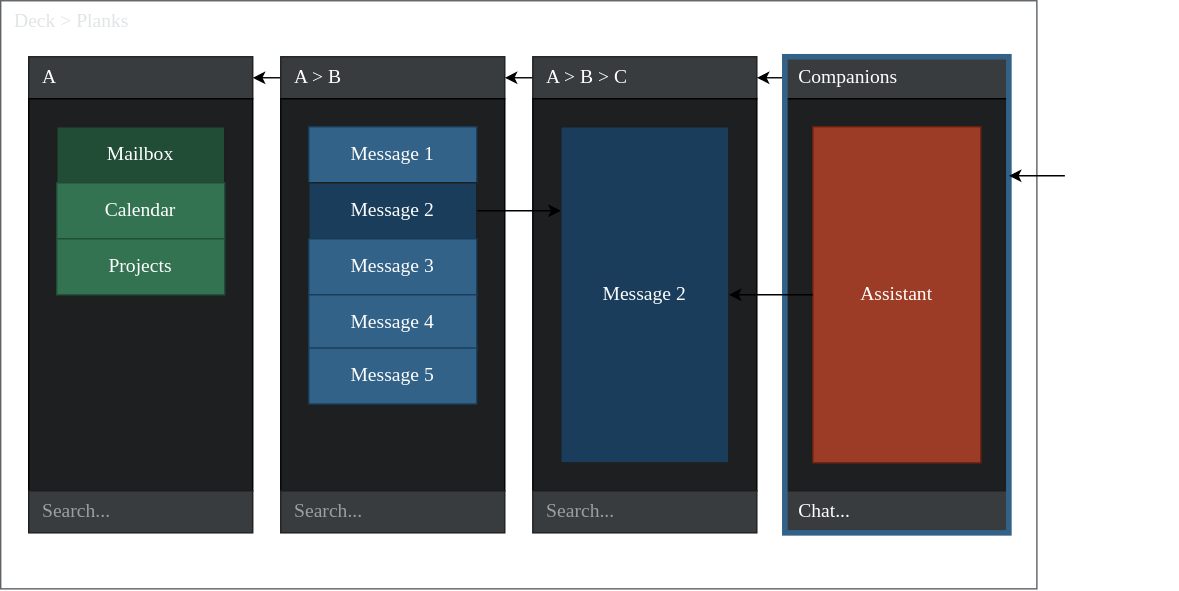
This is packages/plugins/plugin-deck/docs/deck.drawio.svg from dxos/dxos, a draw.io export, as it was before one commit. Source tidied: cells renumbered, new cells last; positions are measured from the earlier drawing's top-left corner, leaving out a move shared by most shapes. Its diagram source:
```xml
<mxGraphModel>
  <root>
    <mxCell id="0" />
    <mxCell id="1" parent="0" />
    <mxCell id="2" value="Deck &amp;gt; Planks" style="rounded=0;whiteSpace=wrap;html=1;fontFamily=Space Grotesk;fontSize=14;fontColor=#E1E4E6;strokeColor=#5D6266;spacingLeft=8;align=left;verticalAlign=top;" parent="1" vertex="1">
      <mxGeometry width="740" height="420" as="geometry" />
    </mxCell>
    <mxCell id="3" value="A" style="rounded=0;whiteSpace=wrap;html=1;align=left;verticalAlign=top;spacingLeft=8;fontFamily=Space Grotesk;fillColor=#393C3E;fontColor=#FFFFFF;strokeColor=#1E1F20;fontSize=14;" parent="1" vertex="1">
      <mxGeometry x="20" y="40" width="160" height="30" as="geometry" />
    </mxCell>
    <mxCell id="4" style="edgeStyle=none;html=1;exitX=0;exitY=0.5;exitDx=0;exitDy=0;entryX=1;entryY=0.5;entryDx=0;entryDy=0;fontFamily=Space Grotesk;fontSize=14;" parent="1" edge="1" source="5" target="3">
      <mxGeometry relative="1" as="geometry" />
    </mxCell>
    <mxCell id="5" value="A &amp;gt; B" style="rounded=0;whiteSpace=wrap;html=1;align=left;verticalAlign=top;spacingLeft=8;fontFamily=Space Grotesk;fillColor=#393C3E;fontColor=#FFFFFF;strokeColor=#1E1F20;fontSize=14;" parent="1" vertex="1">
      <mxGeometry x="200" y="40" width="160" height="30" as="geometry" />
    </mxCell>
    <mxCell id="6" style="edgeStyle=none;html=1;exitX=0;exitY=0.5;exitDx=0;exitDy=0;fontFamily=Space Grotesk;fontSize=14;" parent="1" edge="1" source="7" target="5">
      <mxGeometry relative="1" as="geometry" />
    </mxCell>
    <mxCell id="7" value="A &amp;gt; B &amp;gt; C" style="rounded=0;whiteSpace=wrap;html=1;align=left;verticalAlign=top;spacingLeft=8;fontFamily=Space Grotesk;fillColor=#393C3E;fontColor=#FFFFFF;strokeColor=#1E1F20;fontSize=14;" parent="1" vertex="1">
      <mxGeometry x="380" y="40" width="160" height="30" as="geometry" />
    </mxCell>
    <mxCell id="8" style="edgeStyle=none;html=1;exitX=0;exitY=0.5;exitDx=0;exitDy=0;entryX=1;entryY=0.5;entryDx=0;entryDy=0;fontFamily=Space Grotesk;fontSize=14;" parent="1" edge="1" source="9" target="7">
      <mxGeometry relative="1" as="geometry" />
    </mxCell>
    <mxCell id="9" value="Companions" style="rounded=0;whiteSpace=wrap;html=1;align=left;verticalAlign=top;spacingLeft=8;fontFamily=Space Grotesk;fillColor=#393C3E;fontColor=#FFFFFF;strokeColor=#1E1F20;fontSize=14;" parent="1" vertex="1">
      <mxGeometry x="560" y="40" width="160" height="30" as="geometry" />
    </mxCell>
    <mxCell id="10" style="rounded=0;whiteSpace=wrap;html=1;align=left;verticalAlign=top;spacingLeft=8;fontFamily=Space Grotesk;fillColor=#1E1F20;fontColor=#FFFFFF;strokeColor=#000000;fontSize=14;" parent="1" vertex="1">
      <mxGeometry x="20" y="70" width="160" height="280" as="geometry" />
    </mxCell>
    <mxCell id="11" style="rounded=0;whiteSpace=wrap;html=1;align=left;verticalAlign=top;spacingLeft=8;fontFamily=Space Grotesk;fillColor=#1E1F20;fontColor=#FFFFFF;strokeColor=#000000;fontSize=14;" parent="1" vertex="1">
      <mxGeometry x="200" y="70" width="160" height="280" as="geometry" />
    </mxCell>
    <mxCell id="12" style="rounded=0;whiteSpace=wrap;html=1;align=left;verticalAlign=top;spacingLeft=8;fontFamily=Space Grotesk;fillColor=#1E1F20;fontColor=#FFFFFF;strokeColor=#000000;fontSize=14;" parent="1" vertex="1">
      <mxGeometry x="380" y="70" width="160" height="280" as="geometry" />
    </mxCell>
    <mxCell id="13" style="rounded=0;whiteSpace=wrap;html=1;align=left;verticalAlign=top;spacingLeft=8;fontFamily=Space Grotesk;fillColor=#1E1F20;fontColor=#FFFFFF;strokeColor=#000000;fontSize=14;" parent="1" vertex="1">
      <mxGeometry x="560" y="70" width="160" height="280" as="geometry" />
    </mxCell>
    <mxCell id="14" value="Mailbox" style="rounded=0;whiteSpace=wrap;html=1;fontFamily=Space Grotesk;fillColor=#214D37;fontColor=#FFFFFF;strokeColor=#1E1F20;fontSize=14;" parent="1" vertex="1">
      <mxGeometry x="40" y="90" width="120" height="40" as="geometry" />
    </mxCell>
    <mxCell id="15" value="Calendar" style="rounded=0;whiteSpace=wrap;html=1;fontFamily=Space Grotesk;fillColor=#337352;fontColor=#FFFFFF;strokeColor=#214D37;fontSize=14;" parent="1" vertex="1">
      <mxGeometry x="40" y="130" width="120" height="40" as="geometry" />
    </mxCell>
    <mxCell id="16" value="Projects" style="rounded=0;whiteSpace=wrap;html=1;fontFamily=Space Grotesk;fillColor=#337352;fontColor=#FFFFFF;strokeColor=#214D37;fontSize=14;" parent="1" vertex="1">
      <mxGeometry x="40" y="170" width="120" height="40" as="geometry" />
    </mxCell>
    <mxCell id="17" value="Message 1" style="rounded=0;whiteSpace=wrap;html=1;fontFamily=Space Grotesk;fillColor=#326288;fontColor=#FFFFFF;strokeColor=#193D5A;fontSize=14;" parent="1" vertex="1">
      <mxGeometry x="220" y="90" width="120" height="40" as="geometry" />
    </mxCell>
    <mxCell id="18" style="edgeStyle=none;html=1;exitX=1;exitY=0.5;exitDx=0;exitDy=0;entryX=0;entryY=0.25;entryDx=0;entryDy=0;fontFamily=Space Grotesk;fontSize=14;" parent="1" edge="1" source="19" target="20">
      <mxGeometry relative="1" as="geometry" />
    </mxCell>
    <mxCell id="19" value="Message 2" style="rounded=0;whiteSpace=wrap;html=1;fontFamily=Space Grotesk;fillColor=#193D5A;fontColor=#FFFFFF;strokeColor=#1E1F20;fontSize=14;" parent="1" vertex="1">
      <mxGeometry x="220" y="130" width="120" height="40" as="geometry" />
    </mxCell>
    <mxCell id="20" value="Message 2" style="rounded=0;whiteSpace=wrap;html=1;fontFamily=Space Grotesk;fillColor=#193D5A;fontColor=#FFFFFF;strokeColor=#1E1F20;fontSize=14;" parent="1" vertex="1">
      <mxGeometry x="400" y="90" width="120" height="240" as="geometry" />
    </mxCell>
    <mxCell id="21" value="Assistant" style="rounded=0;whiteSpace=wrap;html=1;fontFamily=Space Grotesk;fillColor=#9D3C26;fontColor=#FFFFFF;strokeColor=#6B2210;fontSize=14;" parent="1" vertex="1">
      <mxGeometry x="580" y="90" width="120" height="240" as="geometry" />
    </mxCell>
    <mxCell id="22" value="Message 3" style="rounded=0;whiteSpace=wrap;html=1;fontFamily=Space Grotesk;fillColor=#326288;fontColor=#FFFFFF;strokeColor=#193D5A;fontSize=14;" parent="1" vertex="1">
      <mxGeometry x="220" y="170" width="120" height="40" as="geometry" />
    </mxCell>
    <mxCell id="23" value="Message 4" style="rounded=0;whiteSpace=wrap;html=1;fontFamily=Space Grotesk;fillColor=#326288;fontColor=#FFFFFF;strokeColor=#193D5A;fontSize=14;" parent="1" vertex="1">
      <mxGeometry x="220" y="210" width="120" height="40" as="geometry" />
    </mxCell>
    <mxCell id="24" value="Message 5" style="rounded=0;whiteSpace=wrap;html=1;fontFamily=Space Grotesk;fillColor=#326288;fontColor=#FFFFFF;strokeColor=#193D5A;fontSize=14;" parent="1" vertex="1">
      <mxGeometry x="220" y="248" width="120" height="40" as="geometry" />
    </mxCell>
    <mxCell id="25" value="Search..." style="rounded=0;whiteSpace=wrap;html=1;align=left;verticalAlign=top;spacingLeft=8;fontFamily=Space Grotesk;fillColor=#393C3E;fontColor=#9B9EA2;strokeColor=#1E1F20;fontSize=14;" parent="1" vertex="1">
      <mxGeometry x="20" y="350" width="160" height="30" as="geometry" />
    </mxCell>
    <mxCell id="26" value="Search..." style="rounded=0;whiteSpace=wrap;html=1;align=left;verticalAlign=top;spacingLeft=8;fontFamily=Space Grotesk;fillColor=#393C3E;fontColor=#9B9EA2;strokeColor=#1E1F20;fontSize=14;" parent="1" vertex="1">
      <mxGeometry x="200" y="350" width="160" height="30" as="geometry" />
    </mxCell>
    <mxCell id="27" value="Search..." style="rounded=0;whiteSpace=wrap;html=1;align=left;verticalAlign=top;spacingLeft=8;fontFamily=Space Grotesk;fillColor=#393C3E;fontColor=#9B9EA2;strokeColor=#1E1F20;fontSize=14;" parent="1" vertex="1">
      <mxGeometry x="380" y="350" width="160" height="30" as="geometry" />
    </mxCell>
    <mxCell id="28" value="Chat..." style="rounded=0;whiteSpace=wrap;html=1;align=left;verticalAlign=top;spacingLeft=8;fontFamily=Space Grotesk;fillColor=#393C3E;fontColor=#FFFFFF;strokeColor=#1E1F20;fontSize=14;" parent="1" vertex="1">
      <mxGeometry x="560" y="350" width="160" height="30" as="geometry" />
    </mxCell>
    <mxCell id="29" style="rounded=0;whiteSpace=wrap;html=1;align=left;verticalAlign=top;spacingLeft=8;fontFamily=Space Grotesk;fillColor=none;fontColor=#FFFFFF;strokeColor=#326288;fontSize=14;strokeWidth=4;" parent="1" vertex="1">
      <mxGeometry x="560" y="40" width="160" height="340" as="geometry" />
    </mxCell>
    <mxCell id="30" style="edgeStyle=none;html=1;exitX=0;exitY=0.5;exitDx=0;exitDy=0;entryX=1;entryY=0.25;entryDx=0;entryDy=0;fontFamily=Space Grotesk;fontSize=14;fontColor=#9B9EA2;" parent="1" edge="1" source="31" target="29">
      <mxGeometry relative="1" as="geometry" />
    </mxCell>
    <mxCell id="31" value="Focus" style="rounded=0;whiteSpace=wrap;html=1;align=left;verticalAlign=top;spacingLeft=8;fontFamily=Space Grotesk;fillColor=none;fontColor=#FFFFFF;strokeColor=none;fontSize=14;" parent="1" vertex="1">
      <mxGeometry x="760" y="110" width="80" height="30" as="geometry" />
    </mxCell>
    <mxCell id="32" style="edgeStyle=none;html=1;exitX=0;exitY=0.5;exitDx=0;exitDy=0;fontFamily=Space Grotesk;fontSize=14;" parent="1" edge="1" source="21" target="20">
      <mxGeometry relative="1" as="geometry" />
    </mxCell>
  </root>
</mxGraphModel>
```
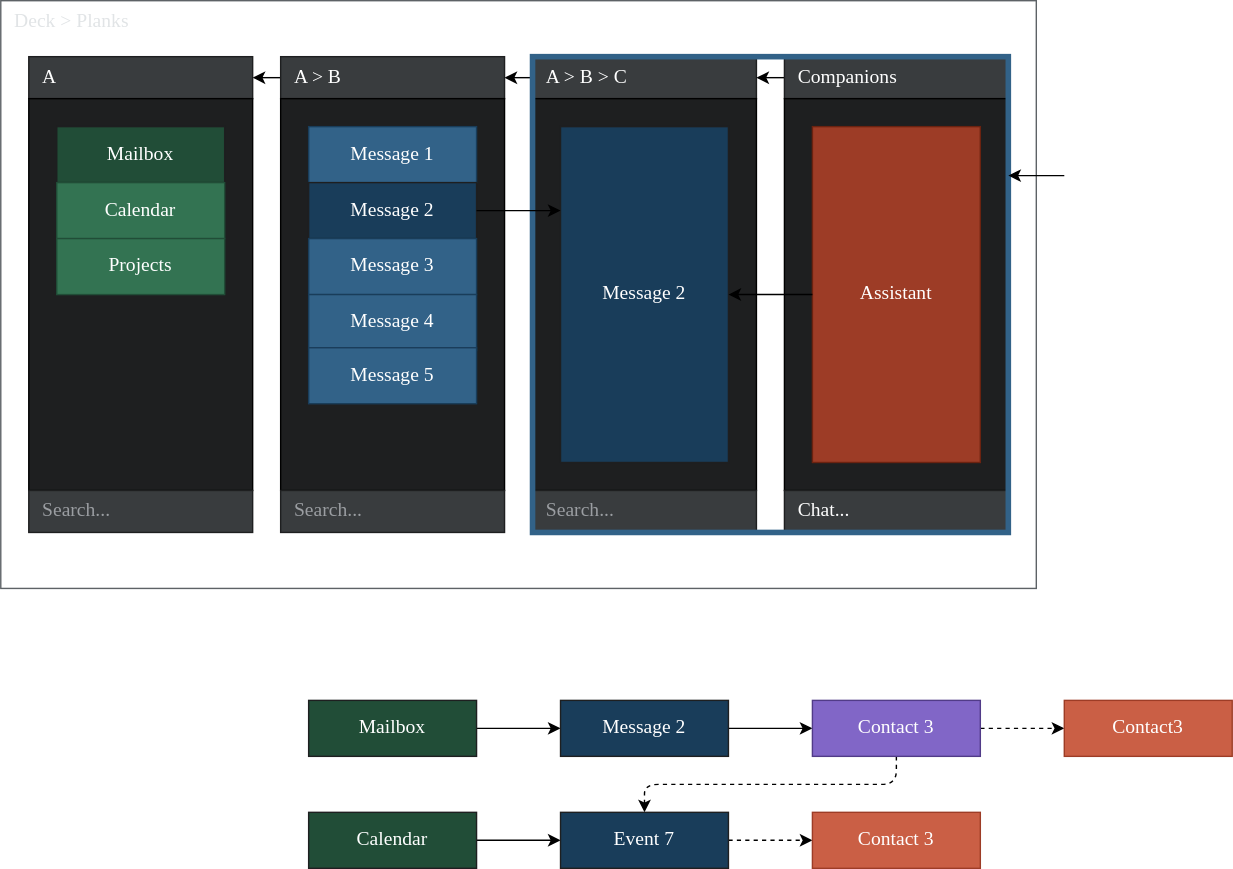
Above is the later version.

What changed in the source:
```diff
@@ -50,9 +50,6 @@
     <mxCell id="17" value="Message 1" style="rounded=0;whiteSpace=wrap;html=1;fontFamily=Space Grotesk;fillColor=#326288;fontColor=#FFFFFF;strokeColor=#193D5A;fontSize=14;" parent="1" vertex="1">
       <mxGeometry x="220" y="90" width="120" height="40" as="geometry" />
     </mxCell>
-    <mxCell id="18" style="edgeStyle=none;html=1;exitX=1;exitY=0.5;exitDx=0;exitDy=0;entryX=0;entryY=0.25;entryDx=0;entryDy=0;fontFamily=Space Grotesk;fontSize=14;" parent="1" edge="1" source="19" target="20">
-      <mxGeometry relative="1" as="geometry" />
-    </mxCell>
     <mxCell id="19" value="Message 2" style="rounded=0;whiteSpace=wrap;html=1;fontFamily=Space Grotesk;fillColor=#193D5A;fontColor=#FFFFFF;strokeColor=#1E1F20;fontSize=14;" parent="1" vertex="1">
       <mxGeometry x="220" y="130" width="120" height="40" as="geometry" />
     </mxCell>
@@ -84,7 +81,7 @@
       <mxGeometry x="560" y="350" width="160" height="30" as="geometry" />
     </mxCell>
     <mxCell id="29" style="rounded=0;whiteSpace=wrap;html=1;align=left;verticalAlign=top;spacingLeft=8;fontFamily=Space Grotesk;fillColor=none;fontColor=#FFFFFF;strokeColor=#326288;fontSize=14;strokeWidth=4;" parent="1" vertex="1">
-      <mxGeometry x="560" y="40" width="160" height="340" as="geometry" />
+      <mxGeometry x="380" y="40" width="340" height="340" as="geometry" />
     </mxCell>
     <mxCell id="30" style="edgeStyle=none;html=1;exitX=0;exitY=0.5;exitDx=0;exitDy=0;entryX=1;entryY=0.25;entryDx=0;entryDy=0;fontFamily=Space Grotesk;fontSize=14;fontColor=#9B9EA2;" parent="1" edge="1" source="31" target="29">
       <mxGeometry relative="1" as="geometry" />
@@ -95,5 +92,52 @@
     <mxCell id="32" style="edgeStyle=none;html=1;exitX=0;exitY=0.5;exitDx=0;exitDy=0;fontFamily=Space Grotesk;fontSize=14;" parent="1" edge="1" source="21" target="20">
       <mxGeometry relative="1" as="geometry" />
     </mxCell>
+    <mxCell id="33" style="edgeStyle=none;html=1;exitX=1;exitY=0.5;exitDx=0;exitDy=0;" parent="1" edge="1" source="34" target="36">
+      <mxGeometry relative="1" as="geometry" />
+    </mxCell>
+    <mxCell id="34" value="Mailbox" style="rounded=0;whiteSpace=wrap;html=1;fontFamily=Space Grotesk;fillColor=#214D37;fontColor=#FFFFFF;strokeColor=#1E1F20;fontSize=14;" parent="1" vertex="1">
+      <mxGeometry x="220" y="500" width="120" height="40" as="geometry" />
+    </mxCell>
+    <mxCell id="35" style="edgeStyle=none;html=1;exitX=1;exitY=0.5;exitDx=0;exitDy=0;" parent="1" edge="1" source="36" target="39">
+      <mxGeometry relative="1" as="geometry" />
+    </mxCell>
+    <mxCell id="36" value="Message 2" style="rounded=0;whiteSpace=wrap;html=1;fontFamily=Space Grotesk;fillColor=#193D5A;fontColor=#FFFFFF;strokeColor=#1E1F20;fontSize=14;" parent="1" vertex="1">
+      <mxGeometry x="400" y="500" width="120" height="40" as="geometry" />
+    </mxCell>
+    <mxCell id="37" style="edgeStyle=none;html=1;exitX=0.5;exitY=1;exitDx=0;exitDy=0;entryX=0.5;entryY=0;entryDx=0;entryDy=0;dashed=1;" parent="1" edge="1" source="39" target="43">
+      <mxGeometry relative="1" as="geometry">
+        <Array as="points">
+          <mxPoint x="640" y="560" />
+          <mxPoint x="460" y="560" />
+        </Array>
+      </mxGeometry>
+    </mxCell>
+    <mxCell id="38" style="edgeStyle=none;html=1;exitX=1;exitY=0.5;exitDx=0;exitDy=0;entryX=0;entryY=0.5;entryDx=0;entryDy=0;dashed=1;" parent="1" edge="1" source="39" target="44">
+      <mxGeometry relative="1" as="geometry" />
+    </mxCell>
+    <mxCell id="39" value="Contact 3" style="rounded=0;whiteSpace=wrap;html=1;fontFamily=Space Grotesk;fillColor=#8166C7;fontColor=#FFFFFF;strokeColor=#513B88;fontSize=14;" parent="1" vertex="1">
+      <mxGeometry x="580" y="500" width="120" height="40" as="geometry" />
+    </mxCell>
+    <mxCell id="40" style="edgeStyle=none;html=1;exitX=1;exitY=0.5;exitDx=0;exitDy=0;" parent="1" edge="1" source="41" target="43">
+      <mxGeometry relative="1" as="geometry" />
+    </mxCell>
+    <mxCell id="41" value="Calendar" style="rounded=0;whiteSpace=wrap;html=1;fontFamily=Space Grotesk;fillColor=#214D37;fontColor=#FFFFFF;strokeColor=#1E1F20;fontSize=14;" parent="1" vertex="1">
+      <mxGeometry x="220" y="580" width="120" height="40" as="geometry" />
+    </mxCell>
+    <mxCell id="42" style="edgeStyle=none;html=1;exitX=1;exitY=0.5;exitDx=0;exitDy=0;dashed=1;" parent="1" edge="1" source="43" target="45">
+      <mxGeometry relative="1" as="geometry" />
+    </mxCell>
+    <mxCell id="43" value="Event 7" style="rounded=0;whiteSpace=wrap;html=1;fontFamily=Space Grotesk;fillColor=#193D5A;fontColor=#FFFFFF;strokeColor=#1E1F20;fontSize=14;" parent="1" vertex="1">
+      <mxGeometry x="400" y="580" width="120" height="40" as="geometry" />
+    </mxCell>
+    <mxCell id="44" value="Contact3" style="rounded=0;whiteSpace=wrap;html=1;fontFamily=Space Grotesk;fillColor=#CA5F45;fontColor=#FFFFFF;strokeColor=#9D3C26;fontSize=14;" parent="1" vertex="1">
+      <mxGeometry x="760" y="500" width="120" height="40" as="geometry" />
+    </mxCell>
+    <mxCell id="45" value="Contact 3" style="rounded=0;whiteSpace=wrap;html=1;fontFamily=Space Grotesk;fillColor=#CA5F45;fontColor=#FFFFFF;strokeColor=#9D3C26;fontSize=14;" parent="1" vertex="1">
+      <mxGeometry x="580" y="580" width="120" height="40" as="geometry" />
+    </mxCell>
+    <mxCell id="18" style="edgeStyle=none;html=1;exitX=1;exitY=0.5;exitDx=0;exitDy=0;entryX=0;entryY=0.25;entryDx=0;entryDy=0;fontFamily=Space Grotesk;fontSize=14;" parent="1" edge="1" source="19" target="20">
+      <mxGeometry relative="1" as="geometry" />
+    </mxCell>
   </root>
 </mxGraphModel>
```
